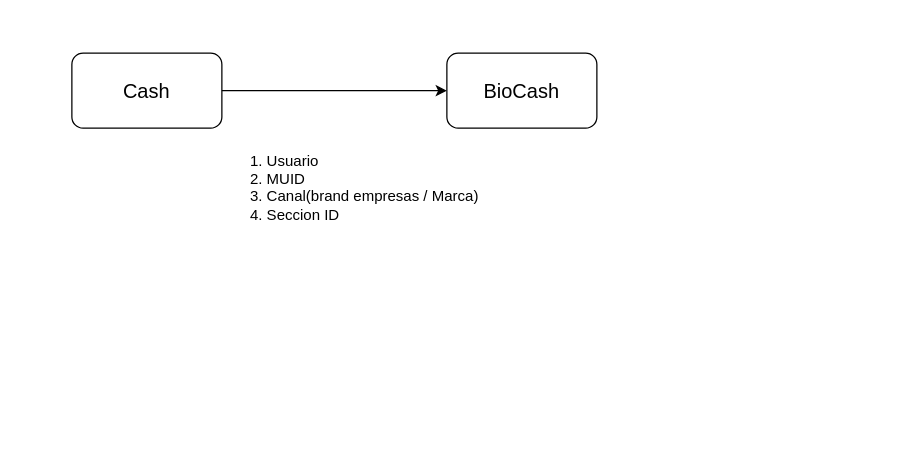
MarcoPuenayan/diagramas keeps this draw.io diagram as page "Página-2" (2 of 2) of Diagrama sin título.drawio. Above is the earlier version. Source tidied: cells renumbered, new cells numbered last; positions are measured from the earlier drawing's top-left corner, leaving out a move shared by most shapes. Both pictures are drawn from the tidied source at 125%, with x=0, y=0 at pixel (71, 52).
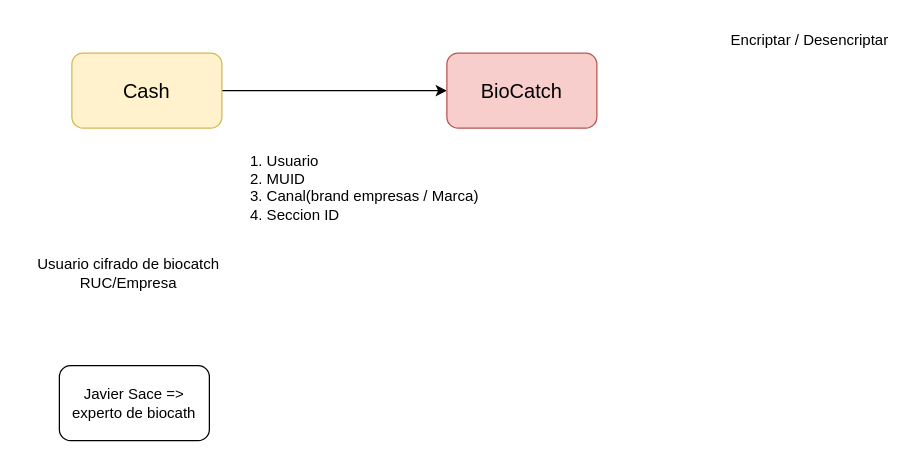
Above is the later version.

What changed in the source:
```diff
@@
 <mxGraphModel>
   <root>
     <mxCell id="0" />
     <mxCell id="1" parent="0" />
     <mxCell id="2" style="edgeStyle=orthogonalEdgeStyle;rounded=0;jettySize=auto;html=1;strokeWidth=1;fontSize=16;" parent="1" edge="1" source="3" target="4">
       <mxGeometry relative="1" as="geometry" />
     </mxCell>
-    <mxCell id="3" value="Cash" style="rounded=1;whiteSpace=wrap;html=1;fillStyle=hatch;strokeWidth=1;fontSize=16;fillColor=default;" parent="1" vertex="1">
+    <mxCell id="3" value="Cash" style="rounded=1;whiteSpace=wrap;html=1;fillStyle=auto;strokeWidth=1;fontSize=16;fillColor=#fff2cc;strokeColor=#d6b656;" parent="1" vertex="1">
       <mxGeometry width="120" height="60" as="geometry" />
     </mxCell>
-    <mxCell id="4" value="BioCash" style="rounded=1;whiteSpace=wrap;html=1;fillStyle=hatch;strokeWidth=1;fontSize=16;fillColor=default;" parent="1" vertex="1">
+    <mxCell id="4" value="BioCatch" style="rounded=1;whiteSpace=wrap;html=1;fillStyle=auto;strokeWidth=1;fontSize=16;fillColor=#f8cecc;strokeColor=#b85450;" parent="1" vertex="1">
       <mxGeometry x="300" width="120" height="60" as="geometry" />
     </mxCell>
     <mxCell id="5" value="&lt;div style=&quot;text-align: left; font-size: 12px;&quot;&gt;&lt;ol&gt;&lt;li&gt;&lt;span style=&quot;background-color: initial; font-size: 12px;&quot;&gt;Usuario&lt;/span&gt;&lt;/li&gt;&lt;li&gt;&lt;span style=&quot;background-color: initial; font-size: 12px;&quot;&gt;MUID&lt;/span&gt;&lt;/li&gt;&lt;li&gt;&lt;span style=&quot;background-color: initial; font-size: 12px;&quot;&gt;Canal(brand empresas / Marca)&lt;/span&gt;&lt;/li&gt;&lt;li&gt;&lt;span style=&quot;background-color: initial; font-size: 12px;&quot;&gt;Seccion ID&lt;/span&gt;&lt;/li&gt;&lt;/ol&gt;&lt;/div&gt;&lt;div style=&quot;text-align: left; font-size: 12px;&quot;&gt;&lt;br style=&quot;font-size: 12px;&quot;&gt;&lt;/div&gt;" style="text;html=1;strokeColor=none;fillColor=none;align=center;verticalAlign=middle;whiteSpace=wrap;rounded=0;fontSize=12;" parent="1" vertex="1">
       <mxGeometry x="106" y="70" width="230" height="90" as="geometry" />
     </mxCell>
+    <mxCell id="6" value="Usuario cifrado de biocatch&lt;br&gt;RUC/Empresa&lt;br&gt;&lt;br&gt;&lt;br&gt;&lt;br&gt;&amp;nbsp;" style="text;html=1;align=center;verticalAlign=middle;strokeColor=none;fillColor=none;fontSize=12;" parent="1" vertex="1">
+      <mxGeometry x="-40" y="155" width="170" height="100" as="geometry" />
+    </mxCell>
+    <mxCell id="7" value="Encriptar / Desencriptar" style="text;html=1;align=center;verticalAlign=middle;strokeColor=none;fillColor=none;fontSize=12;" parent="1" vertex="1">
+      <mxGeometry x="515" y="-25" width="150" height="30" as="geometry" />
+    </mxCell>
+    <mxCell id="8" value="Javier Sace =&amp;gt; experto de biocath" style="rounded=1;whiteSpace=wrap;html=1;fillStyle=auto;strokeWidth=1;fontSize=12;fillColor=default;" parent="1" vertex="1">
+      <mxGeometry x="-10" y="250" width="120" height="60" as="geometry" />
+    </mxCell>
   </root>
 </mxGraphModel>
```
